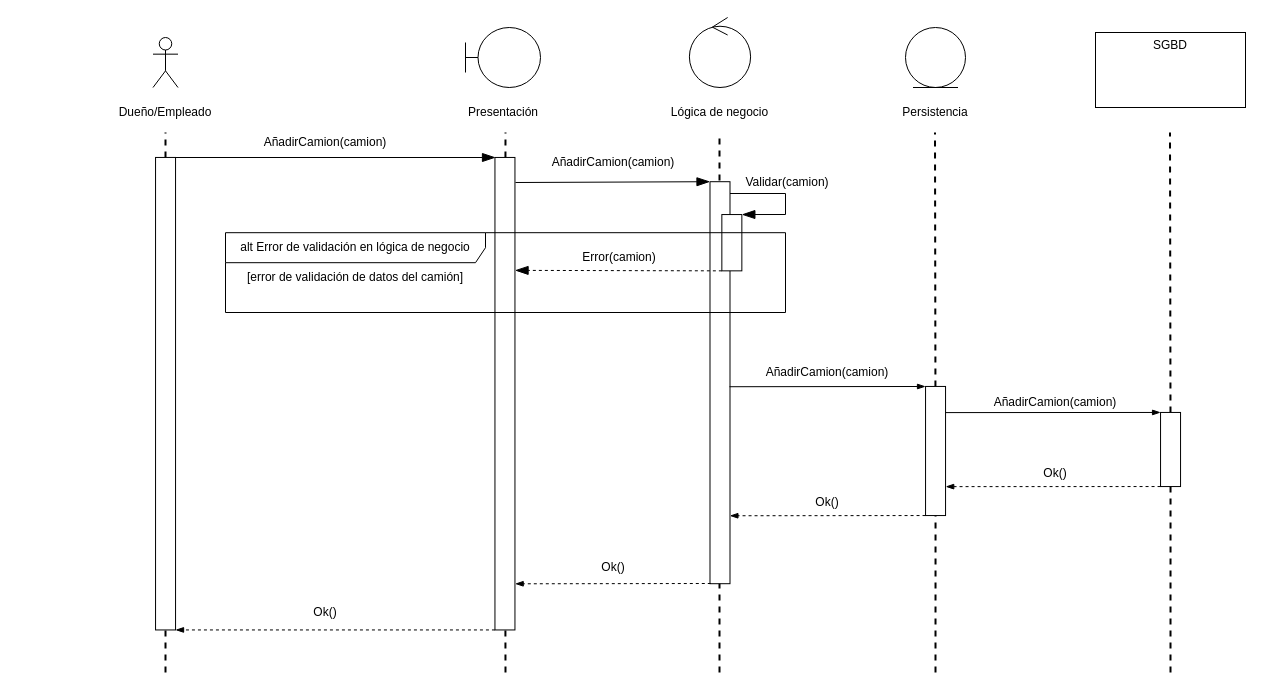
This is diagramas/diagramas de secuencia/AnadirCamion1.drawio from felipescalera/Proyecto-IR, a draw.io file, before an edit. Source tidied: cells renumbered, new cells numbered last; positions are measured from the earlier drawing's top-left corner, leaving out a move shared by most shapes. Both pictures are drawn from the tidied source at 100%, with x=0, y=0 at pixel (-71, 17).
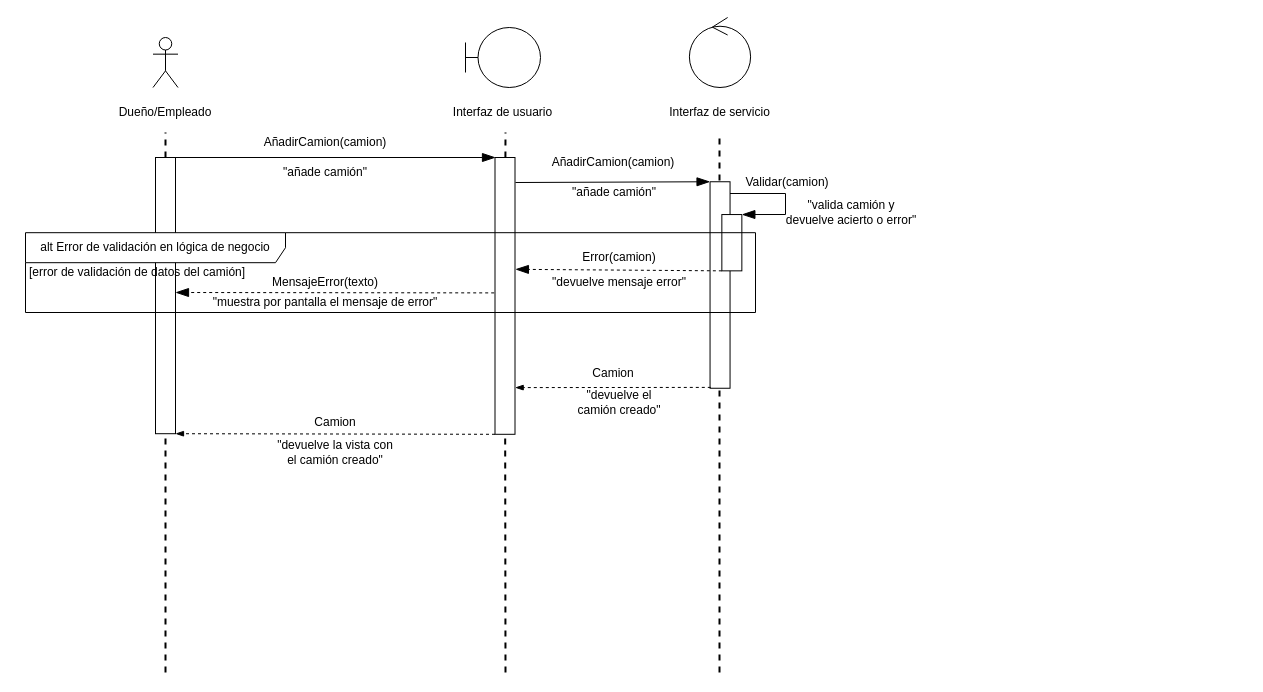
Above is the later version.

The change refers to these unchanged cells:
```xml
<mxCell id="8" style="group;" parent="1" vertex="1">
  <mxGeometry x="736" width="109" height="105" as="geometry" />
</mxCell>
<mxCell id="31" style="rounded=0;whiteSpace=wrap;html=1;fontColor=none;rotation=90;" parent="1" vertex="1">
  <mxGeometry x="774.2" y="215.2" width="56.3" height="20" as="geometry" />
</mxCell>
```

The edit, as a diff of the source:
```diff
@@
-    <mxCell id="2" style="group;" parent="1" vertex="1">
-      <mxGeometry x="1166" y="15" width="150" height="75" as="geometry" />
-    </mxCell>
-    <mxCell id="3" style="rounded=0;whiteSpace=wrap;html=1;fontColor=none;" parent="2" vertex="1">
-      <mxGeometry width="150" height="75" as="geometry" />
-    </mxCell>
-    <mxCell id="4" value="SGBD" style="text;html=1;strokeColor=none;fillColor=none;align=center;verticalAlign=middle;whiteSpace=wrap;rounded=0;fontColor=none;" parent="2" vertex="1">
-      <mxGeometry x="50" width="50" height="25" as="geometry" />
-    </mxCell>
-    <mxCell id="5" style="group;" parent="1" vertex="1">
-      <mxGeometry x="976" y="10" width="60" height="95" as="geometry" />
-    </mxCell>
-    <mxCell id="6" style="ellipse;shape=umlEntity;whiteSpace=wrap;html=1;" parent="5" vertex="1">
-      <mxGeometry width="60" height="60" as="geometry" />
-    </mxCell>
-    <mxCell id="7" value="Persistencia" style="text;html=1;strokeColor=none;fillColor=none;align=center;verticalAlign=middle;whiteSpace=wrap;rounded=0;fontColor=none;" parent="5" vertex="1">
-      <mxGeometry x="10" y="75" width="40" height="20" as="geometry" />
-    </mxCell>
@@
-    <mxCell id="10" value="Lógica de negocio" style="text;html=1;strokeColor=none;fillColor=none;align=center;verticalAlign=middle;whiteSpace=wrap;rounded=0;fontColor=none;" parent="8" vertex="1">
+    <mxCell id="10" value="Interfaz de servicio" style="text;html=1;strokeColor=none;fillColor=none;align=center;verticalAlign=middle;whiteSpace=wrap;rounded=0;fontColor=none;" parent="8" vertex="1">
       <mxGeometry y="85" width="109" height="20" as="geometry" />
     </mxCell>
     <mxCell id="11" style="group;" parent="1" vertex="1">
-      <mxGeometry x="536" y="10" width="75" height="95" as="geometry" />
+      <mxGeometry x="536" y="10" width="130" height="95" as="geometry" />
     </mxCell>
@@
-    <mxCell id="13" value="Presentación" style="text;html=1;strokeColor=none;fillColor=none;align=center;verticalAlign=middle;whiteSpace=wrap;rounded=0;fontColor=none;" parent="11" vertex="1">
-      <mxGeometry x="17.5" y="75" width="40" height="20" as="geometry" />
+    <mxCell id="13" value="Interfaz de usuario" style="text;html=1;strokeColor=none;fillColor=none;align=center;verticalAlign=middle;whiteSpace=wrap;rounded=0;fontColor=none;" parent="11" vertex="1">
+      <mxGeometry x="-18.8" y="75" width="112.5" height="20" as="geometry" />
     </mxCell>
@@
-    <mxCell id="16" style="endArrow=none;dashed=1;html=1;fontColor=none;strokeWidth=2;" parent="1" edge="1" source="37">
-      <mxGeometry relative="1" as="geometry">
-        <mxPoint x="1005.5" y="115" as="targetPoint" />
-      </mxGeometry>
-    </mxCell>
-    <mxCell id="17" style="endArrow=none;dashed=1;html=1;fontColor=none;strokeWidth=2;" parent="1" edge="1" source="41">
-      <mxGeometry relative="1" as="geometry">
-        <mxPoint x="1240.5" y="115" as="targetPoint" />
-      </mxGeometry>
-    </mxCell>
@@
     <mxCell id="22" style="rounded=0;whiteSpace=wrap;html=1;fontColor=none;rotation=90;" parent="1" vertex="1">
-      <mxGeometry x="-0.2" y="366.2" width="472.5" height="20" as="geometry" />
+      <mxGeometry x="97.9" y="268.1" width="276.2" height="20" as="geometry" />
     </mxCell>
@@
     <mxCell id="24" style="rounded=0;whiteSpace=wrap;html=1;fontColor=none;rotation=90;" parent="1" vertex="1">
-      <mxGeometry x="339.2" y="366.2" width="472.5" height="20" as="geometry" />
+      <mxGeometry x="437.1" y="268.4" width="276.8" height="20" as="geometry" />
     </mxCell>
@@
     <mxCell id="28" style="rounded=0;whiteSpace=wrap;html=1;fontColor=none;rotation=90;" parent="1" vertex="1">
-      <mxGeometry x="589.5" y="355.2" width="402" height="20" as="geometry" />
+      <mxGeometry x="687.3" y="257.5" width="206.5" height="20" as="geometry" />
     </mxCell>
@@
     <mxCell id="32" value="[error de validación de datos del camión]" style="text;html=1;strokeColor=none;fillColor=none;align=center;verticalAlign=middle;whiteSpace=wrap;rounded=0;" parent="1" vertex="1">
-      <mxGeometry x="306" y="250.2" width="240" height="20" as="geometry" />
+      <mxGeometry x="88" y="245.1" width="240" height="20" as="geometry" />
     </mxCell>
@@
-    <mxCell id="35" style="endArrow=blockThin;html=1;strokeWidth=1;fontColor=none;endFill=1;endSize=11;exitX=1;exitY=1;exitDx=0;exitDy=0;entryX=0.239;entryY=-0.006;entryDx=0;entryDy=0;entryPerimeter=0;dashed=1;" parent="1" edge="1" source="31" target="24">
+    <mxCell id="35" style="endArrow=blockThin;html=1;strokeWidth=1;fontColor=none;endFill=1;endSize=11;exitX=1;exitY=1;exitDx=0;exitDy=0;entryX=0.404;entryY=-0.021;entryDx=0;entryDy=0;entryPerimeter=0;dashed=1;" parent="1" edge="1" source="31" target="24">
       <mxGeometry relative="1" as="geometry" />
     </mxCell>
@@
-    <mxCell id="37" style="rounded=0;whiteSpace=wrap;html=1;fontColor=none;rotation=90;" parent="1" vertex="1">
-      <mxGeometry x="941.5" y="423.5" width="129.1" height="20" as="geometry" />
-    </mxCell>
-    <mxCell id="38" style="endArrow=none;dashed=1;html=1;fontColor=none;strokeWidth=2;" parent="1" edge="1" target="37">
-      <mxGeometry relative="1" as="geometry">
-        <mxPoint x="1006" y="655" as="sourcePoint" />
-      </mxGeometry>
-    </mxCell>
-    <mxCell id="39" style="endArrow=blockThin;html=1;endFill=1;exitX=0.51;exitY=0.025;exitDx=0;exitDy=0;exitPerimeter=0;" parent="1" edge="1" source="28">
-      <mxGeometry relative="1" as="geometry">
-        <mxPoint x="996" y="369" as="targetPoint" />
-      </mxGeometry>
-    </mxCell>
-    <mxCell id="40" value="AñadirCamion(camion)" style="text;html=1;strokeColor=none;fillColor=none;align=center;verticalAlign=middle;whiteSpace=wrap;rounded=0;" parent="1" vertex="1">
-      <mxGeometry x="878" y="345" width="40" height="20" as="geometry" />
-    </mxCell>
-    <mxCell id="41" style="rounded=0;whiteSpace=wrap;html=1;fontColor=none;rotation=90;" parent="1" vertex="1">
-      <mxGeometry x="1204" y="422" width="74.1" height="20" as="geometry" />
-    </mxCell>
-    <mxCell id="42" style="endArrow=none;dashed=1;html=1;fontColor=none;strokeWidth=2;" parent="1" edge="1" target="41">
-      <mxGeometry relative="1" as="geometry">
-        <mxPoint x="1241" y="655" as="sourcePoint" />
-      </mxGeometry>
-    </mxCell>
-    <mxCell id="43" style="endArrow=blockThin;html=1;exitX=1;exitY=0;exitDx=0;exitDy=0;endFill=1;entryX=0;entryY=1;entryDx=0;entryDy=0;" parent="1" edge="1" target="41">
-      <mxGeometry relative="1" as="geometry">
-        <mxPoint x="1016" y="395.1" as="sourcePoint" />
-      </mxGeometry>
-    </mxCell>
-    <mxCell id="44" value="AñadirCamion(camion)" style="text;html=1;strokeColor=none;fillColor=none;align=center;verticalAlign=middle;whiteSpace=wrap;rounded=0;" parent="1" vertex="1">
-      <mxGeometry x="1106" y="375" width="40" height="20" as="geometry" />
-    </mxCell>
-    <mxCell id="45" style="endArrow=blockThin;html=1;exitX=1;exitY=1;exitDx=0;exitDy=0;endFill=1;dashed=1;entryX=0.776;entryY=-0.008;entryDx=0;entryDy=0;entryPerimeter=0;" parent="1" edge="1" source="41" target="37">
-      <mxGeometry relative="1" as="geometry" />
-    </mxCell>
-    <mxCell id="46" value="Ok()" style="text;html=1;strokeColor=none;fillColor=none;align=center;verticalAlign=middle;whiteSpace=wrap;rounded=0;" parent="1" vertex="1">
-      <mxGeometry x="1106" y="446" width="40" height="20" as="geometry" />
-    </mxCell>
-    <mxCell id="47" style="endArrow=blockThin;html=1;exitX=1;exitY=1;exitDx=0;exitDy=0;endFill=1;dashed=1;entryX=0.831;entryY=0.006;entryDx=0;entryDy=0;entryPerimeter=0;" parent="1" edge="1" source="37" target="28">
-      <mxGeometry relative="1" as="geometry" />
-    </mxCell>
-    <mxCell id="48" value="Ok()" style="text;html=1;strokeColor=none;fillColor=none;align=center;verticalAlign=middle;whiteSpace=wrap;rounded=0;" parent="1" vertex="1">
-      <mxGeometry x="878" y="475" width="40" height="20" as="geometry" />
-    </mxCell>
     <mxCell id="49" style="endArrow=blockThin;html=1;exitX=1;exitY=1;exitDx=0;exitDy=0;endFill=1;dashed=1;entryX=0.831;entryY=0.006;entryDx=0;entryDy=0;entryPerimeter=0;" parent="1" edge="1">
       <mxGeometry relative="1" as="geometry">
-        <mxPoint x="781.3" y="566" as="sourcePoint" />
-        <mxPoint x="585.7" y="566.3" as="targetPoint" />
+        <mxPoint x="781.3" y="369.9" as="sourcePoint" />
+        <mxPoint x="585.7" y="370.1" as="targetPoint" />
       </mxGeometry>
     </mxCell>
@@
-    <mxCell id="51" value="Ok()" style="text;html=1;strokeColor=none;fillColor=none;align=center;verticalAlign=middle;whiteSpace=wrap;rounded=0;" parent="1" vertex="1">
-      <mxGeometry x="663.5" y="540" width="40" height="20" as="geometry" />
+    <mxCell id="51" value="Camion" style="text;html=1;strokeColor=none;fillColor=none;align=center;verticalAlign=middle;whiteSpace=wrap;rounded=0;" parent="1" vertex="1">
+      <mxGeometry x="663.5" y="346.2" width="40" height="20" as="geometry" />
     </mxCell>
-    <mxCell id="52" value="Ok()" style="text;html=1;strokeColor=none;fillColor=none;align=center;verticalAlign=middle;whiteSpace=wrap;rounded=0;" parent="1" vertex="1">
-      <mxGeometry x="376" y="585" width="40" height="20" as="geometry" />
+    <mxCell id="52" value="Camion" style="text;html=1;strokeColor=none;fillColor=none;align=center;verticalAlign=middle;whiteSpace=wrap;rounded=0;" parent="1" vertex="1">
+      <mxGeometry x="386" y="395" width="40" height="20" as="geometry" />
     </mxCell>
+    <mxCell id="54" style="endArrow=blockThin;html=1;strokeWidth=1;fontColor=none;endFill=1;endSize=11;exitX=1;exitY=1;exitDx=0;exitDy=0;dashed=1;" parent="1" edge="1">
+      <mxGeometry relative="1" as="geometry">
+        <mxPoint x="564.7" y="275.4" as="sourcePoint" />
+        <mxPoint x="246" y="275" as="targetPoint" />
+      </mxGeometry>
+    </mxCell>
+    <mxCell id="55" value="MensajeError(texto)" style="text;html=1;strokeColor=none;fillColor=none;align=center;verticalAlign=middle;whiteSpace=wrap;rounded=0;" parent="1" vertex="1">
+      <mxGeometry x="376" y="255" width="40" height="20" as="geometry" />
+    </mxCell>
+    <mxCell id="56" value="&quot;añade camión&quot;" style="text;html=1;strokeColor=none;fillColor=none;align=center;verticalAlign=middle;whiteSpace=wrap;rounded=0;" parent="1" vertex="1">
+      <mxGeometry x="346" y="145" width="100" height="20" as="geometry" />
+    </mxCell>
+    <mxCell id="57" value="&quot;añade camión&quot;" style="text;html=1;strokeColor=none;fillColor=none;align=center;verticalAlign=middle;whiteSpace=wrap;rounded=0;" parent="1" vertex="1">
+      <mxGeometry x="634.5" y="165" width="100" height="20" as="geometry" />
+    </mxCell>
+    <mxCell id="58" value="&quot;valida camión y devuelve acierto o error&quot;" style="text;html=1;strokeColor=none;fillColor=none;align=center;verticalAlign=middle;whiteSpace=wrap;rounded=0;" parent="1" vertex="1">
+      <mxGeometry x="851.5" y="185" width="140" height="20" as="geometry" />
+    </mxCell>
+    <mxCell id="59" value="&quot;devuelve mensaje error&quot;" style="text;html=1;strokeColor=none;fillColor=none;align=center;verticalAlign=middle;whiteSpace=wrap;rounded=0;" parent="1" vertex="1">
+      <mxGeometry x="622" y="255" width="136" height="20" as="geometry" />
+    </mxCell>
+    <mxCell id="60" value="&quot;muestra por pantalla el mensaje de error&quot;" style="text;html=1;strokeColor=none;fillColor=none;align=center;verticalAlign=middle;whiteSpace=wrap;rounded=0;" parent="1" vertex="1">
+      <mxGeometry x="279" y="275" width="234" height="20" as="geometry" />
+    </mxCell>
+    <mxCell id="61" value="&quot;devuelve el camión creado&quot;" style="text;html=1;strokeColor=none;fillColor=none;align=center;verticalAlign=middle;whiteSpace=wrap;rounded=0;" parent="1" vertex="1">
+      <mxGeometry x="640" y="375" width="100" height="20" as="geometry" />
+    </mxCell>
+    <mxCell id="62" value="&quot;devuelve la vista con el camión creado&quot;" style="text;html=1;strokeColor=none;fillColor=none;align=center;verticalAlign=middle;whiteSpace=wrap;rounded=0;" parent="1" vertex="1">
+      <mxGeometry x="346" y="425" width="120" height="20" as="geometry" />
+    </mxCell>
     <mxCell id="53" value="alt Error de validación en lógica de negocio" style="shape=umlFrame;whiteSpace=wrap;html=1;width=260;height=30;" parent="1" vertex="1">
-      <mxGeometry x="296" y="215.2" width="560" height="79.8" as="geometry" />
+      <mxGeometry x="96" y="215.2" width="730" height="79.8" as="geometry" />
     </mxCell>
```
